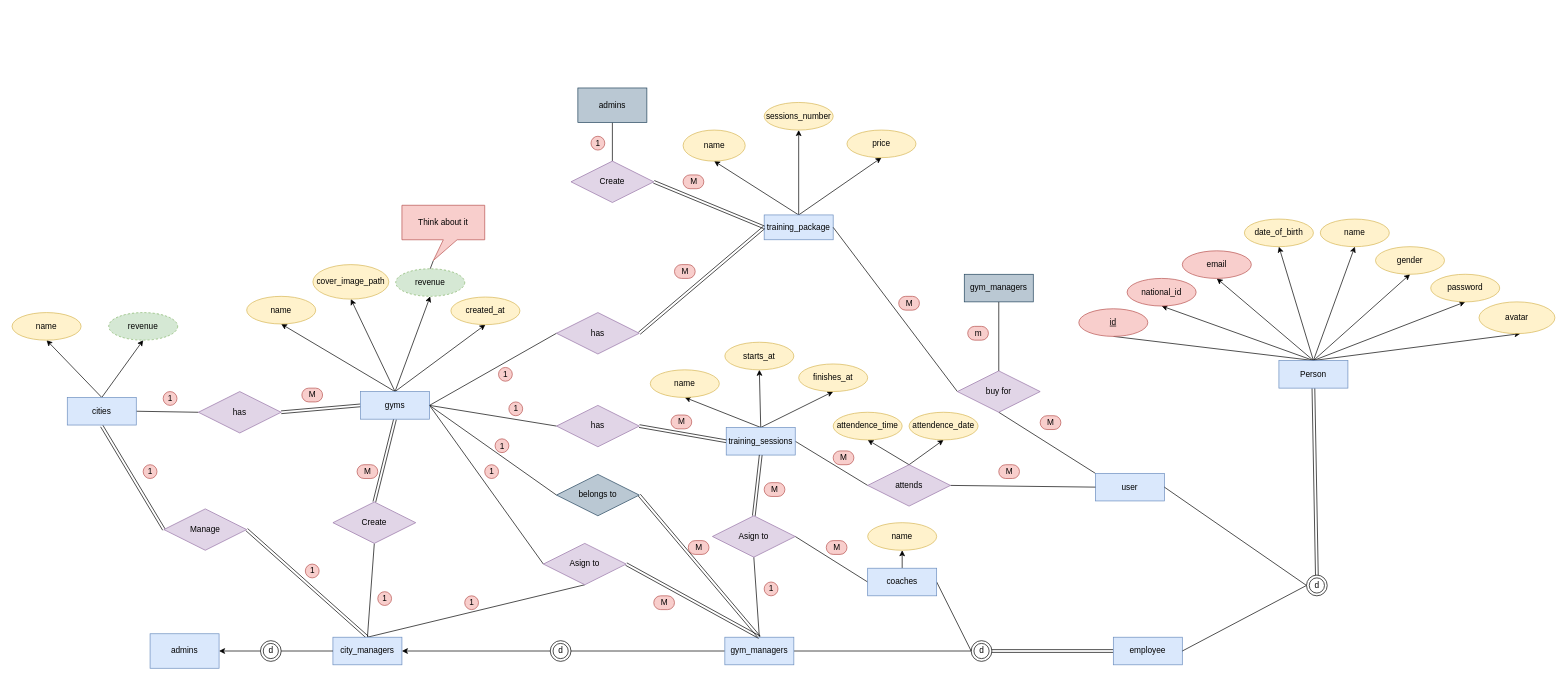
ashrafeldawody/GYM-APP keeps this draw.io diagram as page "Final Enhanced ERD" (1 of 2) of 00 Project Material/01 Database/00 ERD/ERD.drawio. Above is the earlier version. Source tidied: cells renumbered, new cells numbered last; positions are measured from the earlier drawing's top-left corner, leaving out a move shared by most shapes. Both pictures are drawn from the tidied source at 69%, with x=0, y=0 at pixel (12, 88).
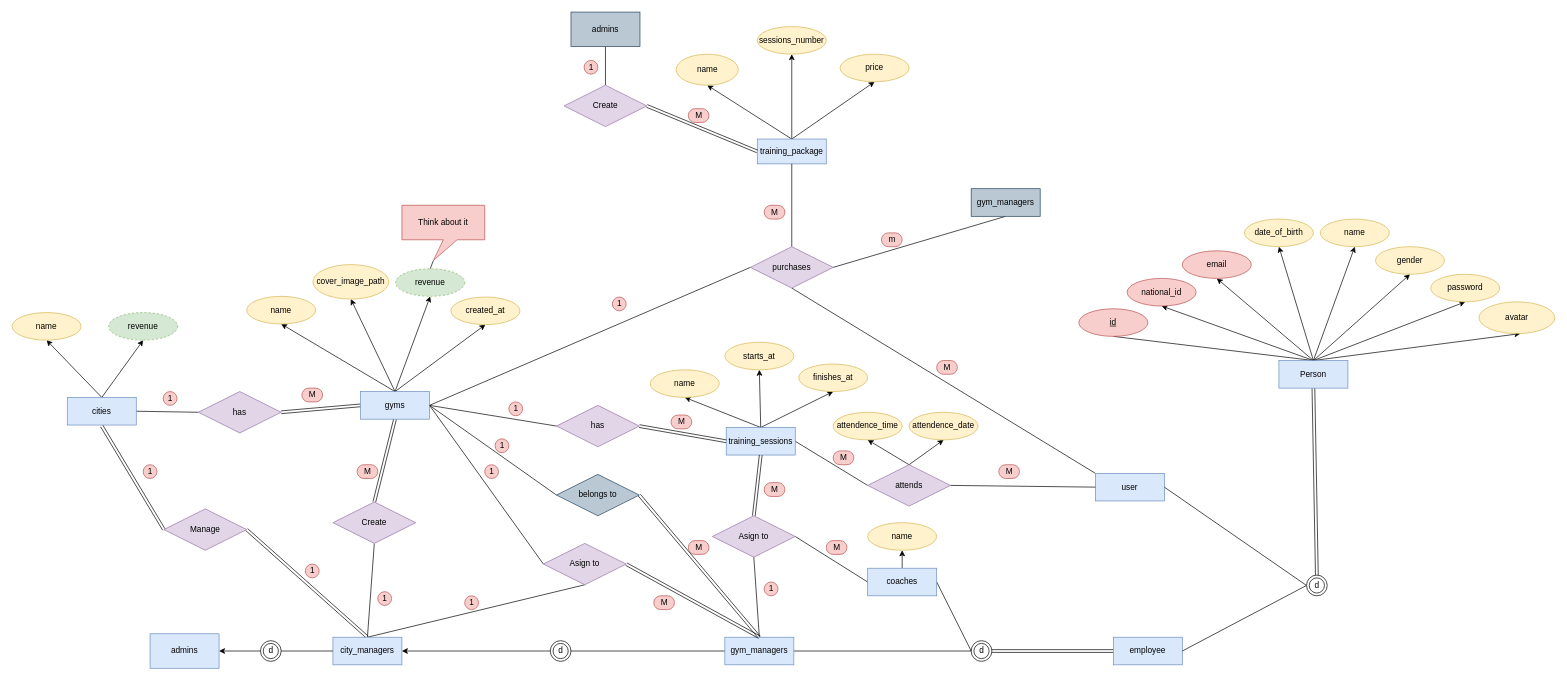
The same diagram, later.

Commit message (it also covers changes not shown here):
Adding training_sessions_coaches, attendence, purchases migrations

The change refers to these unchanged cells:
```xml
<mxCell id="73" value="gyms" style="whiteSpace=wrap;html=1;align=center;fillColor=#dae8fc;strokeColor=#6c8ebf;" parent="1" vertex="1">
  <mxGeometry x="505" y="440" width="100" height="40" as="geometry" />
</mxCell>
```

The edit, as a diff of the source:
```diff
@@
     <mxCell id="26" value="training_package" style="whiteSpace=wrap;html=1;align=center;fillColor=#dae8fc;strokeColor=#6c8ebf;" parent="1" vertex="1">
-      <mxGeometry x="1090" y="184" width="100" height="36" as="geometry" />
+      <mxGeometry x="1080" y="74" width="100" height="36" as="geometry" />
     </mxCell>
     <mxCell id="27" value="name" style="ellipse;whiteSpace=wrap;html=1;align=center;fillColor=#fff2cc;strokeColor=#d6b656;" parent="1" vertex="1">
-      <mxGeometry x="972.5" y="61" width="90" height="45" as="geometry" />
+      <mxGeometry x="962.5" y="-49" width="90" height="45" as="geometry" />
     </mxCell>
     <mxCell id="28" value="price" style="ellipse;whiteSpace=wrap;html=1;align=center;fillColor=#fff2cc;strokeColor=#d6b656;" parent="1" vertex="1">
-      <mxGeometry x="1210" y="61" width="100" height="40" as="geometry" />
+      <mxGeometry x="1200" y="-49" width="100" height="40" as="geometry" />
     </mxCell>
     <mxCell id="29" value="sessions_number" style="ellipse;whiteSpace=wrap;html=1;align=center;fillColor=#fff2cc;strokeColor=#d6b656;" parent="1" vertex="1">
-      <mxGeometry x="1090" y="21" width="100" height="40" as="geometry" />
+      <mxGeometry x="1080" y="-89" width="100" height="40" as="geometry" />
     </mxCell>
-    <mxCell id="30" style="edgeStyle=none;rounded=0;jettySize=auto;html=1;exitX=0;exitY=0.5;exitDx=0;exitDy=0;entryX=1;entryY=0.5;entryDx=0;entryDy=0;endArrow=none;endFill=0;" parent="1" edge="1" source="32" target="26">
+    <mxCell id="30" style="edgeStyle=none;rounded=0;jettySize=auto;html=1;exitX=0.5;exitY=0;exitDx=0;exitDy=0;entryX=0.5;entryY=1;entryDx=0;entryDy=0;endArrow=none;endFill=0;" parent="1" edge="1" source="32" target="26">
       <mxGeometry relative="1" as="geometry" />
     </mxCell>
@@
-    <mxCell id="32" value="buy for" style="shape=rhombus;perimeter=rhombusPerimeter;whiteSpace=wrap;html=1;align=center;fillColor=#e1d5e7;strokeColor=#9673a6;rotation=0;" parent="1" vertex="1">
-      <mxGeometry x="1370" y="410" width="120" height="60" as="geometry" />
+    <mxCell id="32" value="purchases" style="shape=rhombus;perimeter=rhombusPerimeter;whiteSpace=wrap;html=1;align=center;fillColor=#e1d5e7;strokeColor=#9673a6;rotation=0;" parent="1" vertex="1">
+      <mxGeometry x="1070" y="230" width="120" height="60" as="geometry" />
     </mxCell>
@@
-    <mxCell id="70" style="edgeStyle=none;rounded=0;jettySize=auto;html=1;exitX=1;exitY=0.5;exitDx=0;exitDy=0;entryX=0;entryY=0.5;entryDx=0;entryDy=0;endArrow=none;endFill=0;" parent="1" edge="1" source="73" target="89">
-      <mxGeometry relative="1" as="geometry" />
-    </mxCell>
@@
+    <mxCell id="143" style="rounded=0;jettySize=auto;html=1;exitX=1;exitY=0.5;exitDx=0;exitDy=0;entryX=0;entryY=0.5;entryDx=0;entryDy=0;endArrow=none;endFill=0;" parent="1" edge="1" source="73" target="32">
+      <mxGeometry relative="1" as="geometry" />
+    </mxCell>
@@
-    <mxCell id="88" style="edgeStyle=none;rounded=0;jettySize=auto;html=1;exitX=1;exitY=0.5;exitDx=0;exitDy=0;entryX=0;entryY=0.5;entryDx=0;entryDy=0;endArrow=none;endFill=0;shape=link;" parent="1" edge="1" source="89" target="26">
-      <mxGeometry relative="1" as="geometry" />
-    </mxCell>
-    <mxCell id="89" value="has" style="shape=rhombus;perimeter=rhombusPerimeter;whiteSpace=wrap;html=1;align=center;fillColor=#e1d5e7;strokeColor=#9673a6;rotation=0;" parent="1" vertex="1">
-      <mxGeometry x="789" y="325.5" width="120" height="60" as="geometry" />
-    </mxCell>
@@
-    <mxCell id="98" value="1" style="text;html=1;align=center;verticalAlign=middle;fillColor=#f8cecc;strokeColor=#b85450;rounded=1;arcSize=50;" parent="1" vertex="1">
-      <mxGeometry x="705" y="405" width="20" height="20" as="geometry" />
-    </mxCell>
@@
     <mxCell id="112" value="M" style="text;html=1;align=center;verticalAlign=middle;fillColor=#f8cecc;strokeColor=#b85450;rounded=1;arcSize=50;" parent="1" vertex="1">
-      <mxGeometry x="1490" y="475" width="30" height="20" as="geometry" />
+      <mxGeometry x="1340" y="395" width="30" height="20" as="geometry" />
     </mxCell>
@@
     <mxCell id="124" value="M" style="text;html=1;align=center;verticalAlign=middle;fillColor=#f8cecc;strokeColor=#b85450;rounded=1;arcSize=50;" parent="1" vertex="1">
-      <mxGeometry x="1285" y="302" width="30" height="20" as="geometry" />
+      <mxGeometry x="1090" y="170" width="30" height="20" as="geometry" />
     </mxCell>
-    <mxCell id="125" value="M" style="text;html=1;align=center;verticalAlign=middle;fillColor=#f8cecc;strokeColor=#b85450;rounded=1;arcSize=50;" parent="1" vertex="1">
-      <mxGeometry x="960" y="256" width="30" height="20" as="geometry" />
-    </mxCell>
@@
     <mxCell id="132" value="m" style="text;html=1;align=center;verticalAlign=middle;fillColor=#f8cecc;strokeColor=#b85450;rounded=1;arcSize=50;" parent="1" vertex="1">
-      <mxGeometry x="1385" y="345.5" width="30" height="20" as="geometry" />
+      <mxGeometry x="1260" y="210" width="30" height="20" as="geometry" />
     </mxCell>
@@
     <mxCell id="135" value="admins" style="whiteSpace=wrap;html=1;align=center;fillColor=#bac8d3;strokeColor=#23445d;" parent="1" vertex="1">
-      <mxGeometry x="820" width="100" height="50" as="geometry" />
+      <mxGeometry x="810" y="-110" width="100" height="50" as="geometry" />
     </mxCell>
@@
     <mxCell id="137" value="Create" style="shape=rhombus;perimeter=rhombusPerimeter;whiteSpace=wrap;html=1;align=center;fillColor=#e1d5e7;strokeColor=#9673a6;rotation=0;" parent="1" vertex="1">
-      <mxGeometry x="810" y="106" width="120" height="60" as="geometry" />
+      <mxGeometry x="800" y="-4" width="120" height="60" as="geometry" />
     </mxCell>
     <mxCell id="138" value="1" style="text;html=1;align=center;verticalAlign=middle;fillColor=#f8cecc;strokeColor=#b85450;rounded=1;arcSize=50;" parent="1" vertex="1">
-      <mxGeometry x="839" y="70" width="20" height="20" as="geometry" />
+      <mxGeometry x="829" y="-40" width="20" height="20" as="geometry" />
     </mxCell>
     <mxCell id="139" value="M" style="text;html=1;align=center;verticalAlign=middle;fillColor=#f8cecc;strokeColor=#b85450;rounded=1;arcSize=50;" parent="1" vertex="1">
-      <mxGeometry x="972.5" y="126" width="30" height="20" as="geometry" />
+      <mxGeometry x="980" y="30" width="30" height="20" as="geometry" />
     </mxCell>
-    <mxCell id="140" style="edgeStyle=none;rounded=0;jettySize=auto;html=1;exitX=0.5;exitY=1;exitDx=0;exitDy=0;entryX=0.5;entryY=0;entryDx=0;entryDy=0;endArrow=none;endFill=0;" parent="1" edge="1" source="141" target="32">
+    <mxCell id="140" style="edgeStyle=none;rounded=0;jettySize=auto;html=1;exitX=0.5;exitY=1;exitDx=0;exitDy=0;entryX=1;entryY=0.5;entryDx=0;entryDy=0;endArrow=none;endFill=0;" parent="1" edge="1" source="141" target="32">
       <mxGeometry relative="1" as="geometry" />
     </mxCell>
     <mxCell id="141" value="gym_managers" style="whiteSpace=wrap;html=1;align=center;fillColor=#bac8d3;strokeColor=#23445d;" parent="1" vertex="1">
-      <mxGeometry x="1380" y="270" width="100" height="40" as="geometry" />
+      <mxGeometry x="1390" y="146" width="100" height="40" as="geometry" />
     </mxCell>
@@
+    <mxCell id="98" value="1" style="text;html=1;align=center;verticalAlign=middle;fillColor=#f8cecc;strokeColor=#b85450;rounded=1;arcSize=50;" parent="1" vertex="1">
+      <mxGeometry x="870" y="303" width="20" height="20" as="geometry" />
+    </mxCell>
```
